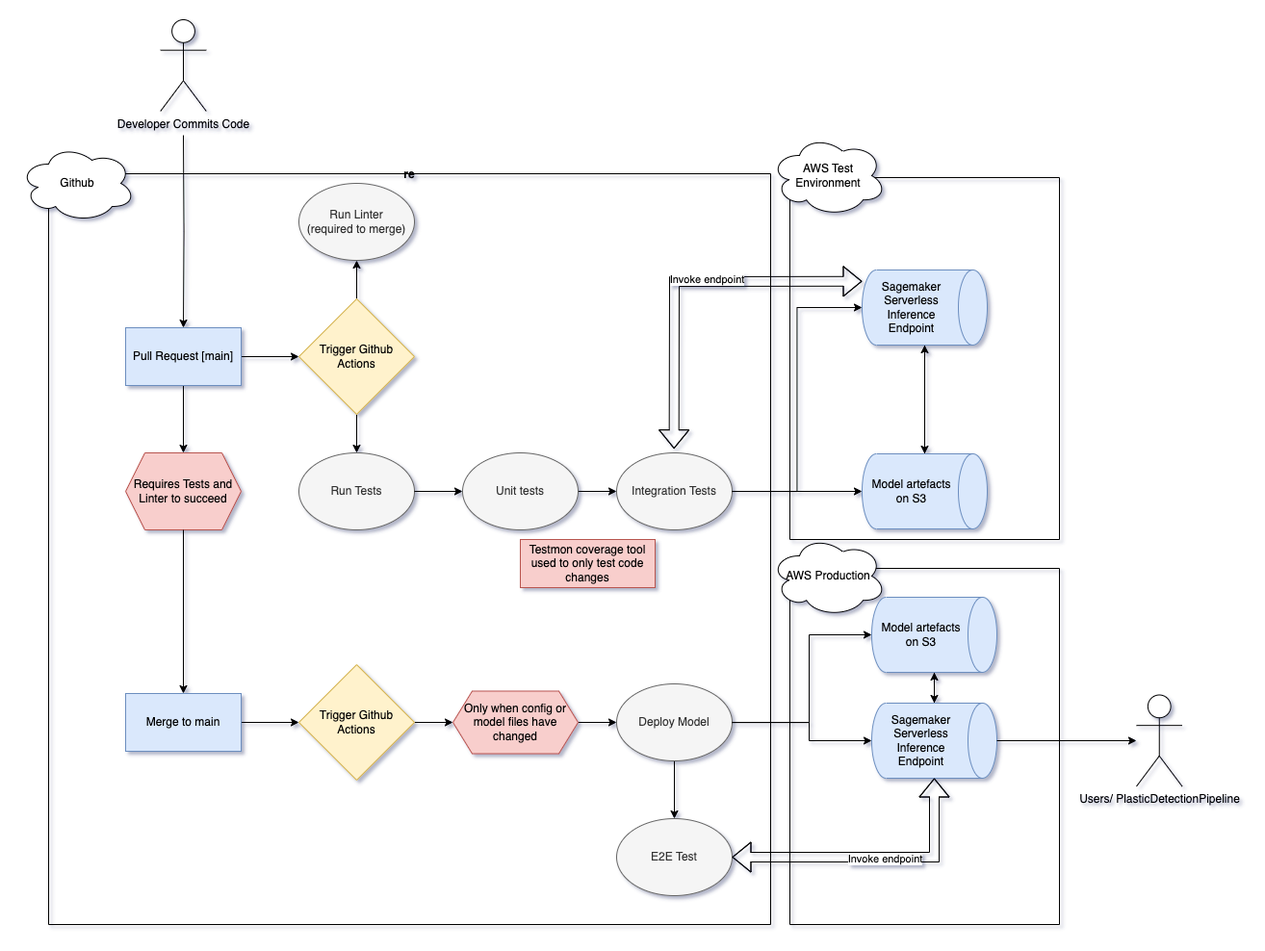
Earlier version of the draw.io export docs/PlasticDetectionModel.png (OceanEcoWatch/PlasticDetectionModel). Source tidied: cells renumbered, new cells last; positions are measured from the earlier drawing's top-left corner, leaving out a move shared by most shapes.
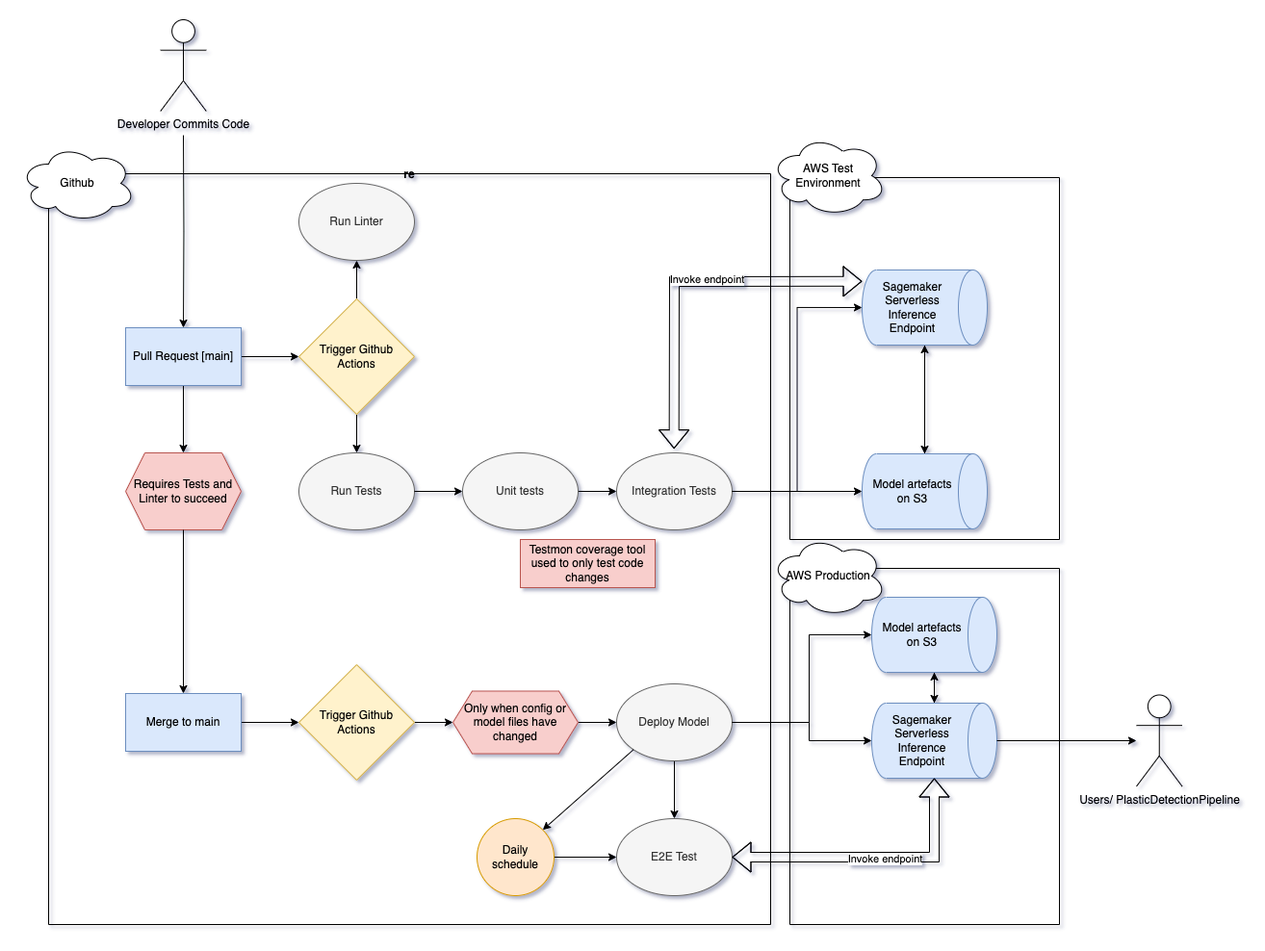
The same file after the commit.

Diff of the diagram source:
```diff
@@ -82,7 +82,7 @@
     <mxCell id="26" value="Trigger Github Actions" style="rhombus;whiteSpace=wrap;html=1;fillColor=#fff2cc;strokeColor=#d6b656;" parent="7" vertex="1">
       <mxGeometry x="260" y="130" width="120" height="120" as="geometry" />
     </mxCell>
-    <mxCell id="27" value="Run Linter&lt;br&gt;(required to merge)" style="ellipse;whiteSpace=wrap;html=1;fillColor=#f5f5f5;strokeColor=#666666;fontColor=#333333;" parent="7" vertex="1">
+    <mxCell id="27" value="Run Linter" style="ellipse;whiteSpace=wrap;html=1;fillColor=#f5f5f5;strokeColor=#666666;fontColor=#333333;" parent="7" vertex="1">
       <mxGeometry x="260" y="10" width="120" height="80" as="geometry" />
     </mxCell>
     <mxCell id="28" value="Run Tests&lt;br&gt;" style="ellipse;whiteSpace=wrap;html=1;fillColor=#f5f5f5;strokeColor=#666666;fontColor=#333333;" parent="7" vertex="1">
@@ -91,6 +91,15 @@
     <mxCell id="29" style="edgeStyle=orthogonalEdgeStyle;rounded=0;jettySize=auto;html=1;" parent="7" edge="1" source="28" target="17">
       <mxGeometry relative="1" as="geometry" />
     </mxCell>
+    <mxCell id="53" style="edgeStyle=orthogonalEdgeStyle;rounded=0;jettySize=auto;html=1;" parent="7" edge="1" source="54" target="15">
+      <mxGeometry relative="1" as="geometry" />
+    </mxCell>
+    <mxCell id="54" value="Daily schedule" style="ellipse;whiteSpace=wrap;html=1;fillColor=#ffe6cc;strokeColor=#d79b00;" parent="7" vertex="1">
+      <mxGeometry x="445" y="670" width="80" height="80" as="geometry" />
+    </mxCell>
+    <mxCell id="55" style="endArrow=classic;html=1;rounded=0;exitX=0;exitY=1;exitDx=0;exitDy=0;entryX=1;entryY=0;entryDx=0;entryDy=0;" parent="7" edge="1" source="12" target="54">
+      <mxGeometry relative="1" as="geometry" />
+    </mxCell>
     <mxCell id="30" style="swimlane;startSize=0;" parent="1" vertex="1">
       <mxGeometry x="800" y="570" width="280" height="370" as="geometry" />
     </mxCell>
```
